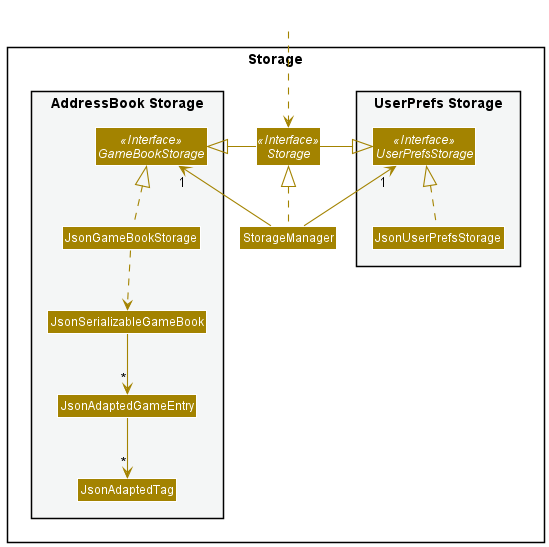
yzhilong/tp keeps this PlantUML diagram as docs/images/StorageClassDiagram.png. Above is the earlier version. The source it was exported from:
```plantuml
@startuml
!include style.puml
skinparam arrowThickness 1.1
skinparam arrowColor STORAGE_COLOR
skinparam classBackgroundColor STORAGE_COLOR

package Storage{

package "UserPrefs Storage" #F4F6F6{
Interface UserPrefsStorage <<Interface>>
Class JsonUserPrefsStorage
}

Interface Storage <<Interface>>
Class StorageManager

package "AddressBook Storage" #F4F6F6{
Interface GameBookStorage <<Interface>>
Class JsonGameBookStorage
Class JsonSerializableGameBook
Class JsonAdaptedGameEntry
Class JsonAdaptedTag
}

}

Class HiddenOutside #FFFFFF
HiddenOutside ..> Storage

StorageManager .up.|> Storage
StorageManager -up-> "1" UserPrefsStorage
StorageManager -up-> "1" GameBookStorage

Storage -left-|> UserPrefsStorage
Storage -right-|> GameBookStorage

JsonUserPrefsStorage .up.|> UserPrefsStorage
JsonGameBookStorage .up.|> GameBookStorage
JsonGameBookStorage ..> JsonSerializableGameBook
JsonSerializableGameBook --> "*" JsonAdaptedGameEntry
JsonAdaptedGameEntry --> "*" JsonAdaptedTag

@enduml
```
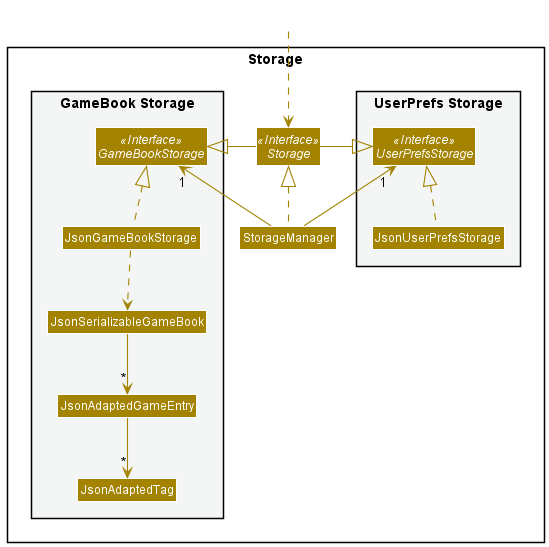
Above is the later version.

What changed in the source:
```diff
@@ -14,7 +14,7 @@
 Interface Storage <<Interface>>
 Class StorageManager
 
-package "AddressBook Storage" #F4F6F6{
+package "GameBook Storage" #F4F6F6{
 Interface GameBookStorage <<Interface>>
 Class JsonGameBookStorage
 Class JsonSerializableGameBook
```
